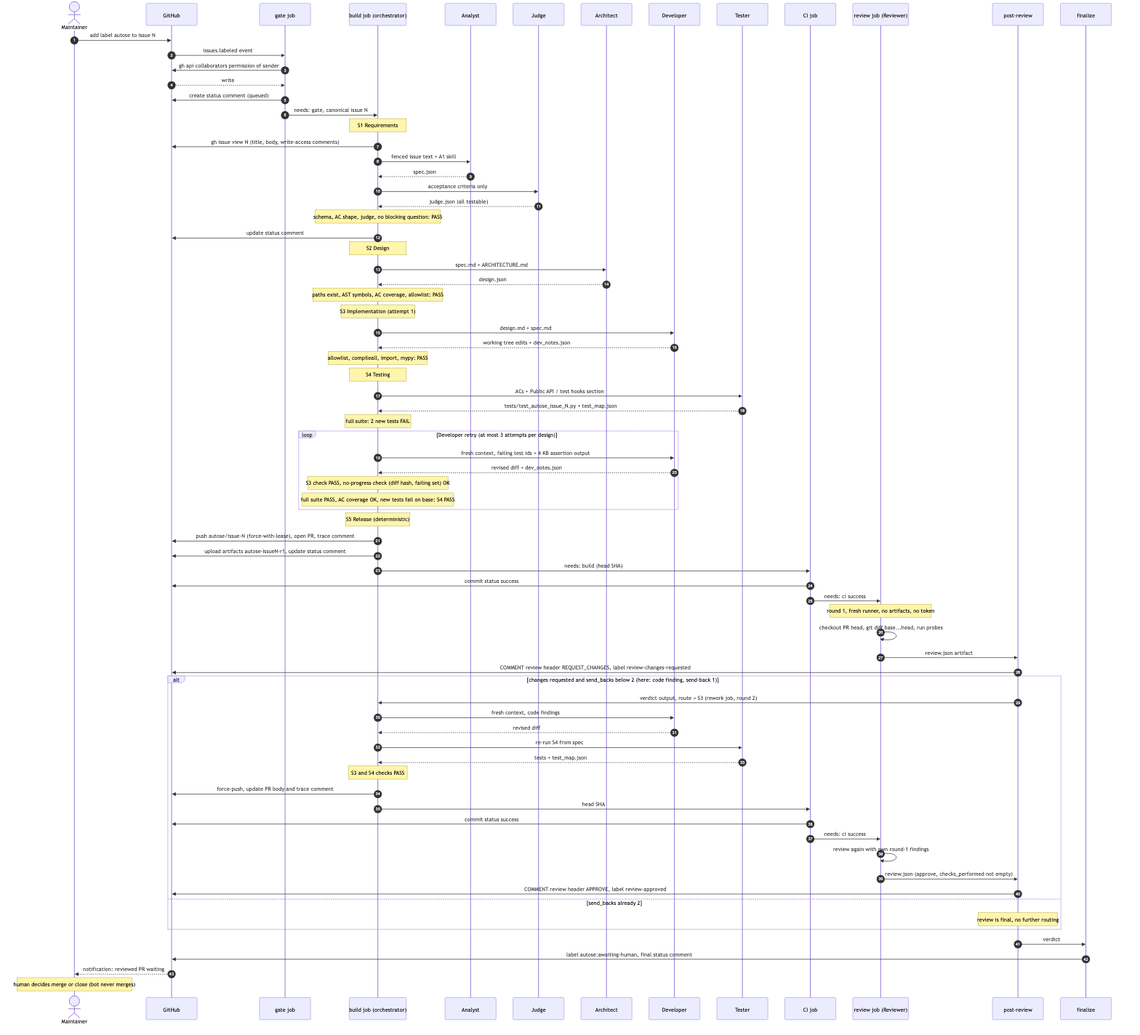
Earlier version of the Mermaid export architecture/views/sequence-view.png (vishesh312/autose-assignment3). Its source is kept beside it as architecture/views/sequence-view.mmd.
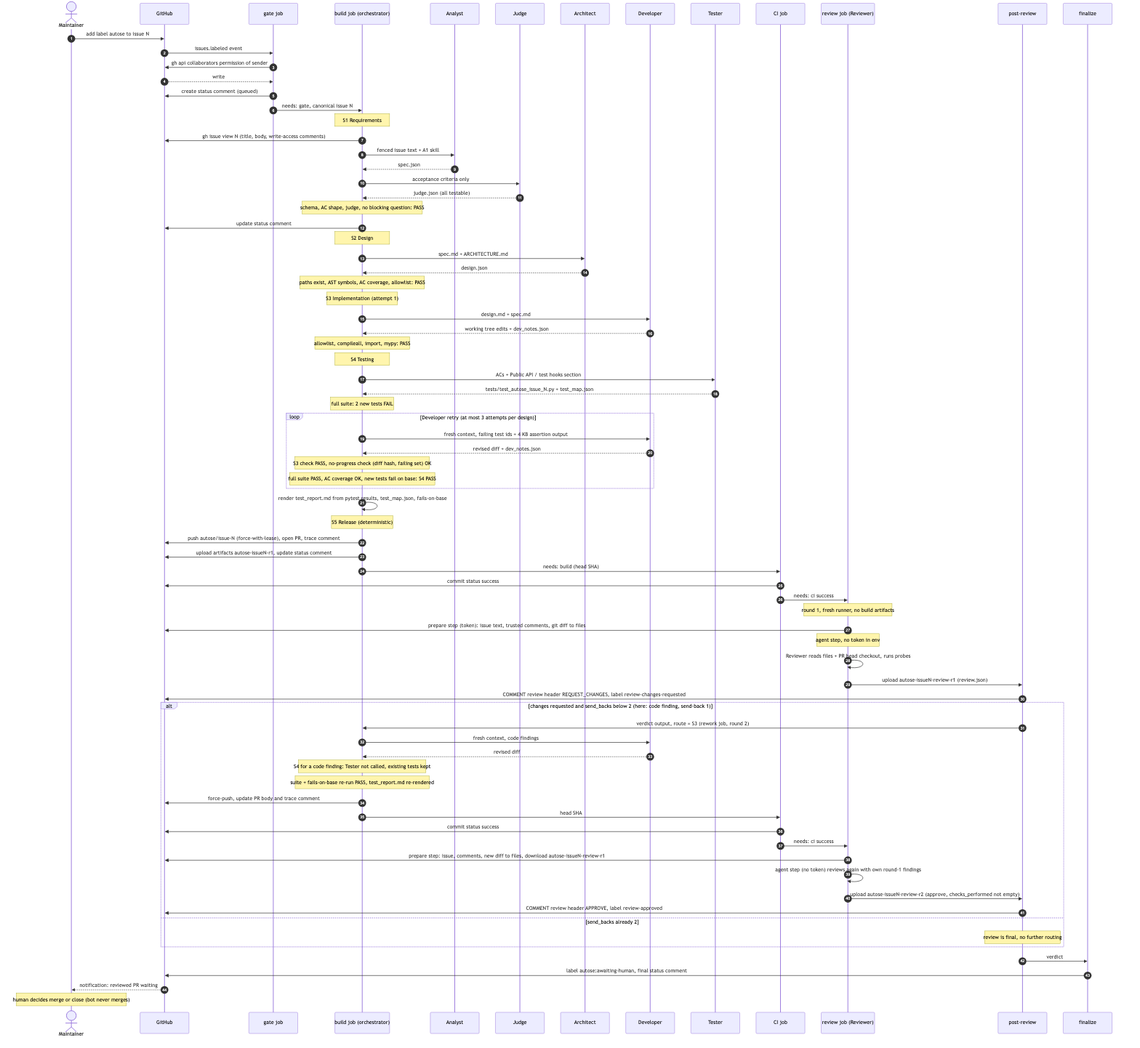
The same diagram one commit later.

Diff of the diagram source:
```diff
@@ -51,6 +51,7 @@
     Note over B: S3 check PASS, no-progress check (diff hash, failing set) OK
     Note over B: full suite PASS, AC coverage OK, new tests fail on base: S4 PASS
   end
+  B->>B: render test_report.md from pytest results, test_map.json, fails-on-base
 
   Note over B: S5 Release (deterministic)
   B->>GH: push autose/issue-N (force-with-lease), open PR, trace comment
@@ -59,24 +60,26 @@
   C->>GH: commit status success
   C->>R: needs: ci success
 
-  Note over R: round 1, fresh runner, no artifacts, no token
-  R->>R: checkout PR head, git diff base...head, run probes
-  R->>P: review.json artifact
+  Note over R: round 1, fresh runner, no build artifacts
+  R->>GH: prepare step (token): issue text, trusted comments, git diff to files
+  Note over R: agent step, no token in env
+  R->>R: Reviewer reads files + PR head checkout, runs probes
+  R->>P: upload autose-issueN-review-r1 (review.json)
   P->>GH: COMMENT review header REQUEST_CHANGES, label review-changes-requested
 
   alt changes requested and send_backs below 2 (here: code finding, send-back 1)
     P->>B: verdict output, route = S3 (rework job, round 2)
     B->>D: fresh context, code findings
     D-->>B: revised diff
-    B->>T: re-run S4 from spec
-    T-->>B: tests + test_map.json
-    Note over B: S3 and S4 checks PASS
+    Note over B: S4 for a code finding: Tester not called, existing tests kept
+    Note over B: suite + fails-on-base re-run PASS, test_report.md re-rendered
     B->>GH: force-push, update PR body and trace comment
     B->>C: head SHA
     C->>GH: commit status success
     C->>R: needs: ci success
-    R->>R: review again with own round-1 findings
-    R->>P: review.json (approve, checks_performed not empty)
+    R->>GH: prepare step: issue, comments, new diff to files, download autose-issueN-review-r1
+    R->>R: agent step (no token) reviews again with own round-1 findings
+    R->>P: upload autose-issueN-review-r2 (approve, checks_performed not empty)
     P->>GH: COMMENT review header APPROVE, label review-approved
   else send_backs already 2
     Note over P: review is final, no further routing
```
